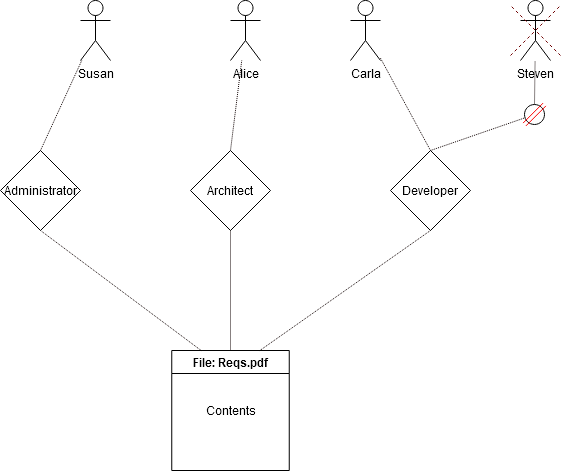
The draw.io diagram Linux Filesystem test RBAC.png in Nobel-CS/RBAC_test, before a commit. Source tidied: cells renumbered, new cells last; positions are measured from the earlier drawing's top-left corner, leaving out a move shared by most shapes.
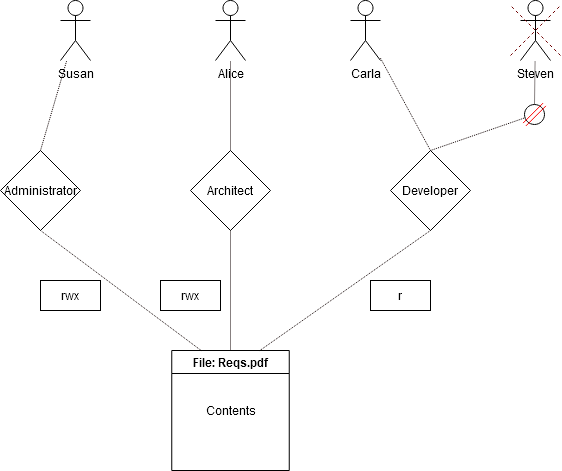
The same diagram one commit later.

Diff of the diagram source:
```diff
@@ -3,10 +3,10 @@
     <mxCell id="0" />
     <mxCell id="1" parent="0" />
     <mxCell id="2" value="&lt;div&gt;Alice&lt;/div&gt;" style="shape=umlActor;verticalLabelPosition=bottom;verticalAlign=top;html=1;outlineConnect=0;" parent="1" vertex="1">
-      <mxGeometry x="230" width="30" height="60" as="geometry" />
+      <mxGeometry x="215" width="30" height="60" as="geometry" />
     </mxCell>
     <mxCell id="3" value="Susan" style="shape=umlActor;verticalLabelPosition=bottom;verticalAlign=top;html=1;outlineConnect=0;" parent="1" vertex="1">
-      <mxGeometry x="80" width="30" height="60" as="geometry" />
+      <mxGeometry x="60" width="30" height="60" as="geometry" />
     </mxCell>
     <mxCell id="4" value="Carla" style="shape=umlActor;verticalLabelPosition=bottom;verticalAlign=top;html=1;outlineConnect=0;" parent="1" vertex="1">
       <mxGeometry x="350" width="30" height="60" as="geometry" />
@@ -74,5 +74,14 @@
         <mxPoint x="544" y="104" as="targetPoint" />
       </mxGeometry>
     </mxCell>
+    <mxCell id="23" value="rwx" style="text;html=1;strokeColor=default;fillColor=none;align=center;verticalAlign=middle;whiteSpace=wrap;rounded=0;" parent="1" vertex="1">
+      <mxGeometry x="40" y="280" width="60" height="30" as="geometry" />
+    </mxCell>
+    <mxCell id="24" value="rwx" style="text;html=1;strokeColor=default;fillColor=none;align=center;verticalAlign=middle;whiteSpace=wrap;rounded=0;" parent="1" vertex="1">
+      <mxGeometry x="160" y="280" width="60" height="30" as="geometry" />
+    </mxCell>
+    <mxCell id="25" value="r" style="text;html=1;strokeColor=default;fillColor=none;align=center;verticalAlign=middle;whiteSpace=wrap;rounded=0;" parent="1" vertex="1">
+      <mxGeometry x="370" y="280" width="60" height="30" as="geometry" />
+    </mxCell>
   </root>
 </mxGraphModel>
```
